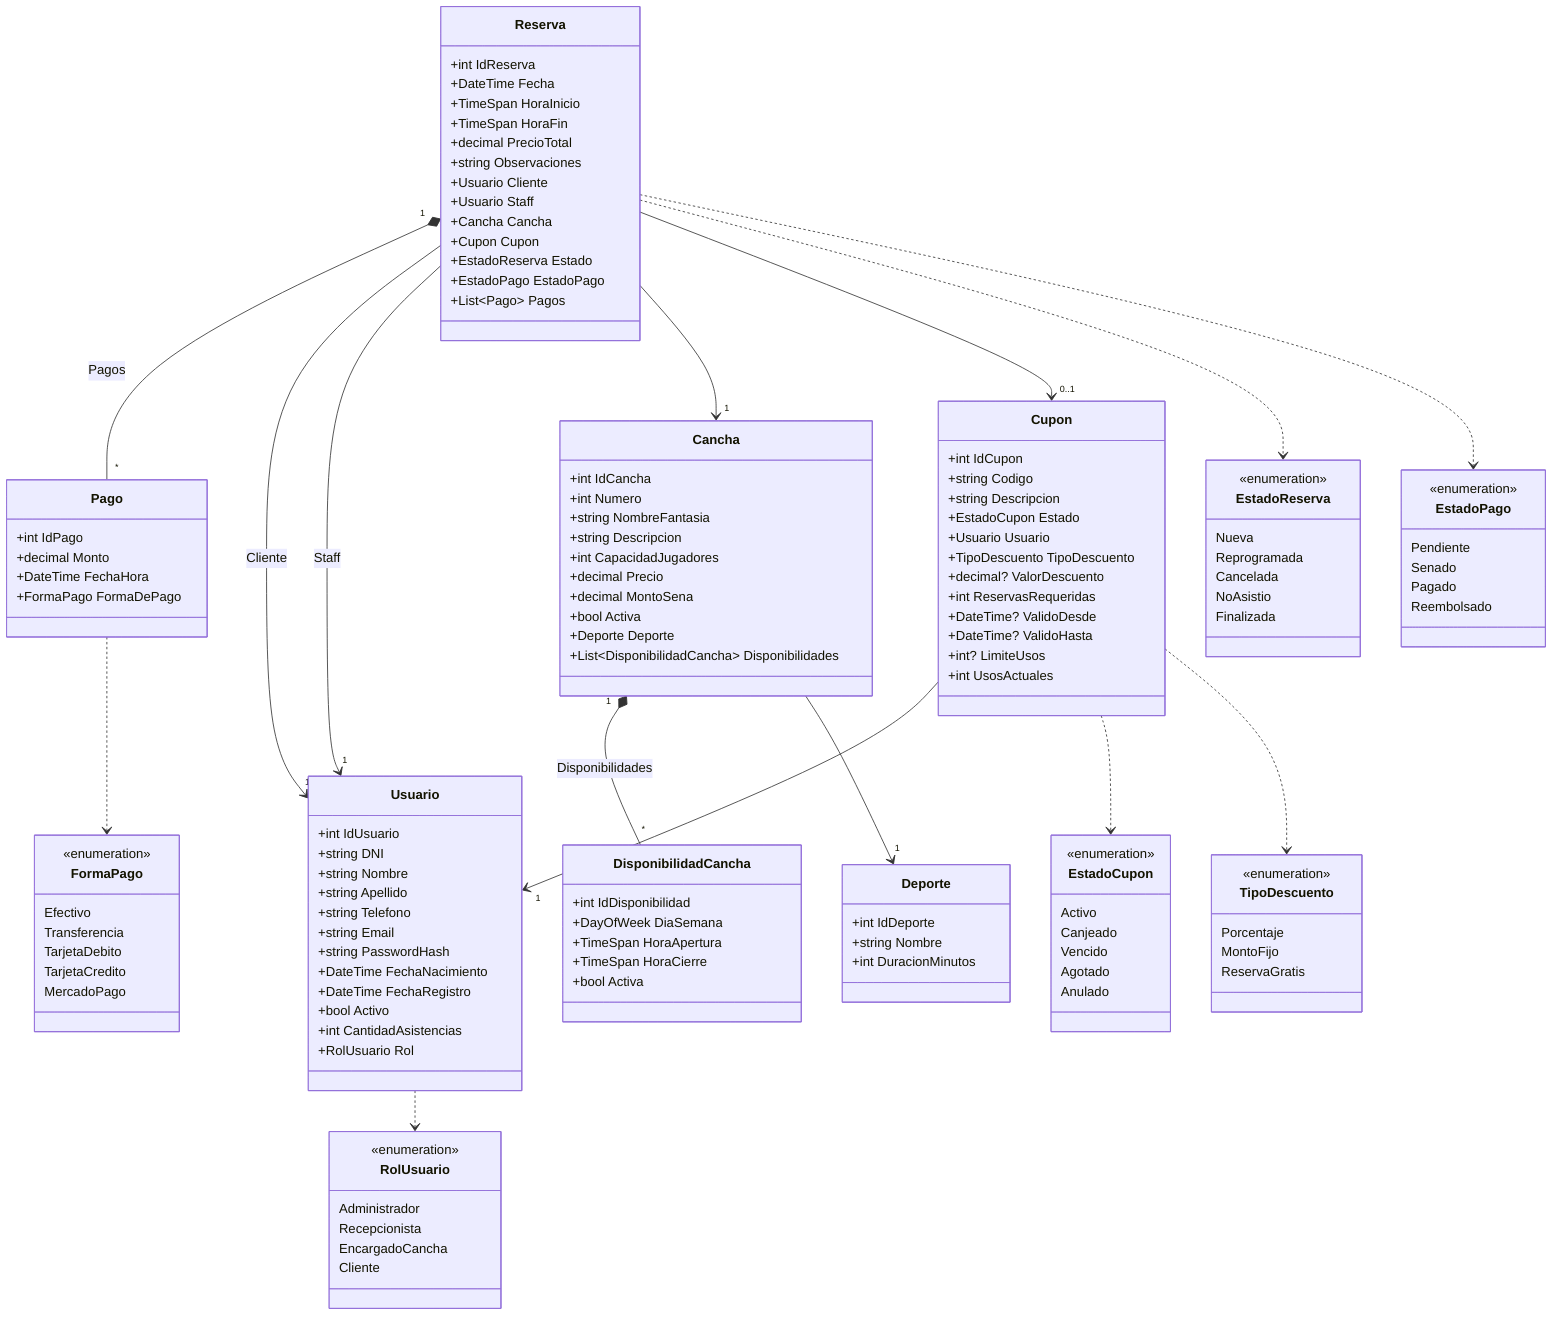
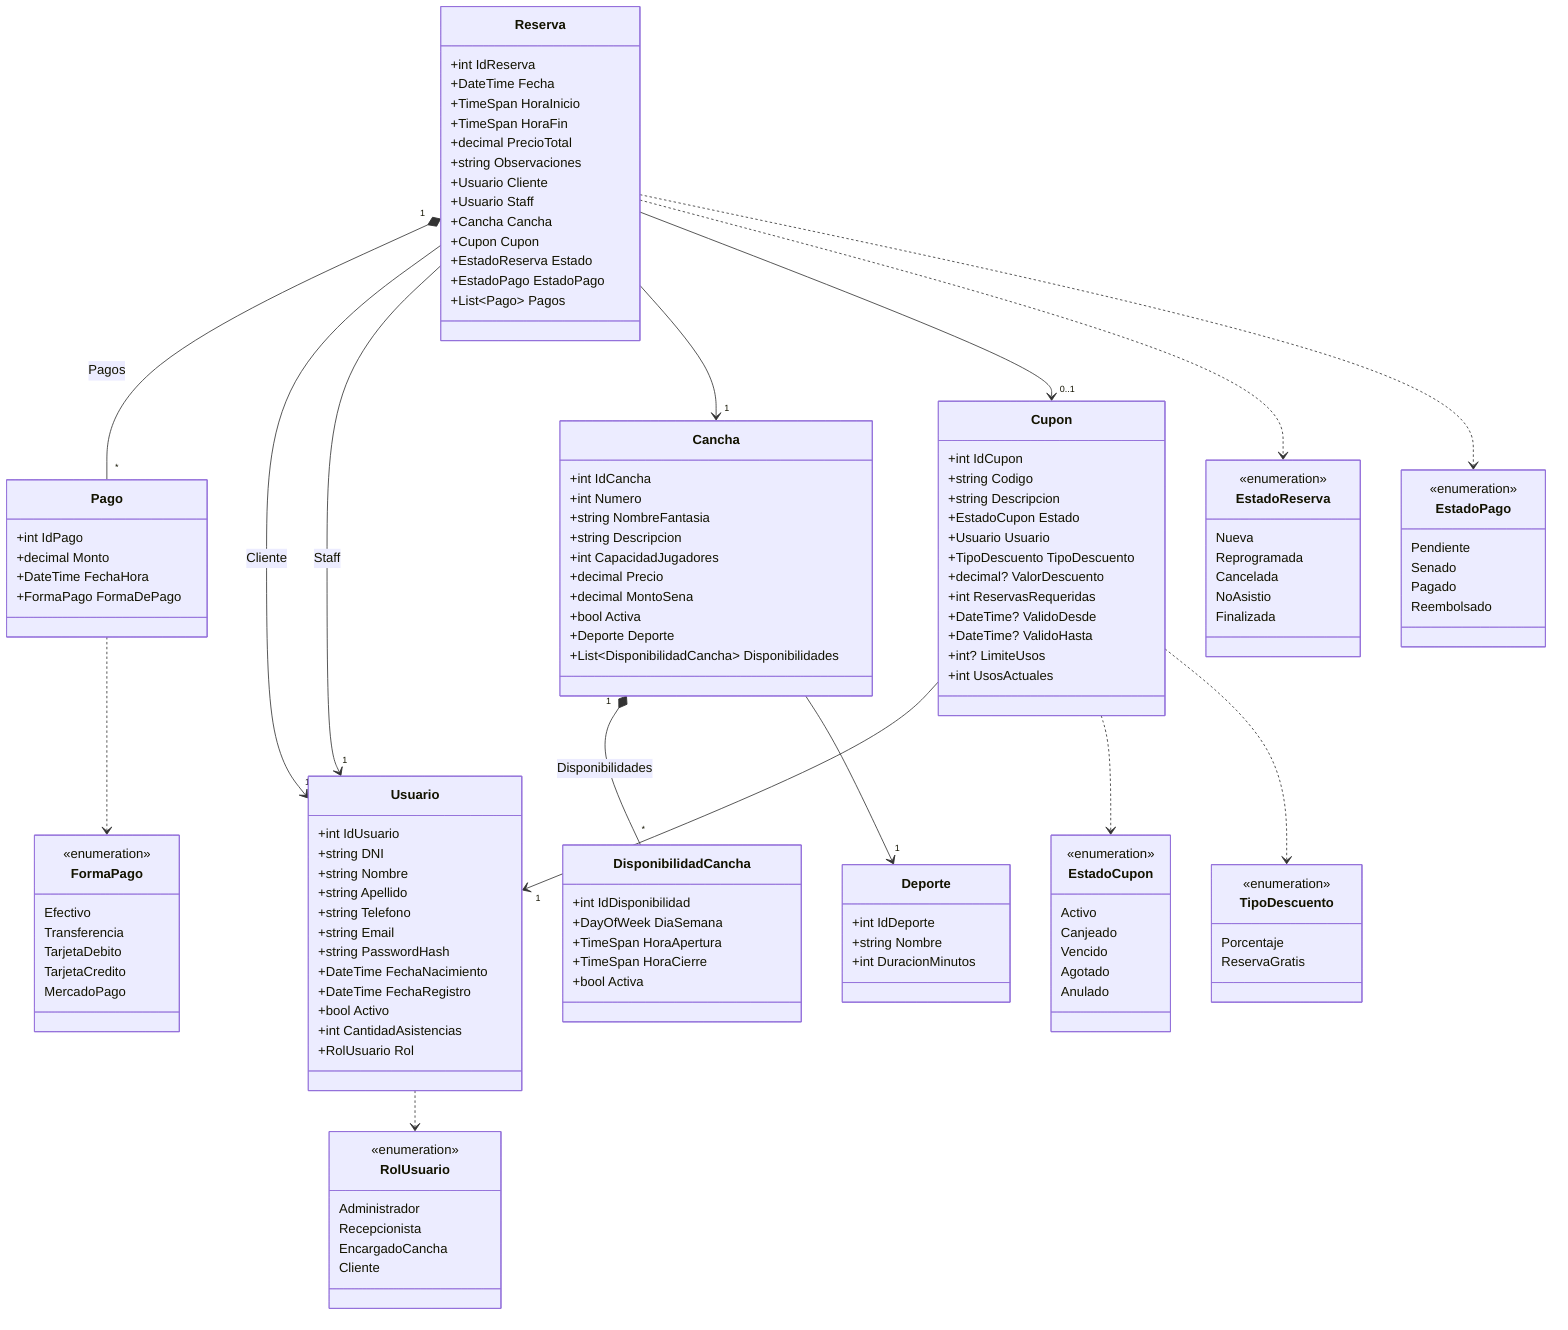
classDiagram
    class Usuario {
        +int IdUsuario
        +string DNI
        +string Nombre
        +string Apellido
        +string Telefono
        +string Email
        +string PasswordHash
        +DateTime FechaNacimiento
        +DateTime FechaRegistro
        +bool Activo
        +int CantidadAsistencias
        +RolUsuario Rol
    }

    class Cancha {
        +int IdCancha
        +int Numero
        +string NombreFantasia
        +string Descripcion
        +int CapacidadJugadores
        +decimal Precio
        +decimal MontoSena
        +bool Activa
        +Deporte Deporte
        +List~DisponibilidadCancha~ Disponibilidades
    }

    class Deporte {
        +int IdDeporte
        +string Nombre
        +int DuracionMinutos
    }

    class DisponibilidadCancha {
        +int IdDisponibilidad
        +DayOfWeek DiaSemana
        +TimeSpan HoraApertura
        +TimeSpan HoraCierre
        +bool Activa
    }

    class Reserva {
        +int IdReserva
        +DateTime Fecha
        +TimeSpan HoraInicio
        +TimeSpan HoraFin
        +decimal PrecioTotal
        +string Observaciones
        +Usuario Cliente
        +Usuario Staff
        +Cancha Cancha
        +Cupon Cupon
        +EstadoReserva Estado
        +EstadoPago EstadoPago
        +List~Pago~ Pagos
    }

    class Cupon {
        +int IdCupon
        +string Codigo
        +string Descripcion
        +EstadoCupon Estado
        +Usuario Usuario
        +TipoDescuento TipoDescuento
        +decimal? ValorDescuento
        +int ReservasRequeridas
        +DateTime? ValidoDesde
        +DateTime? ValidoHasta
        +int? LimiteUsos
        +int UsosActuales
    }

    class Pago {
        +int IdPago
        +decimal Monto
        +DateTime FechaHora
        +FormaPago FormaDePago
    }

    class RolUsuario {
        <<enumeration>>
        Administrador
        Recepcionista
        EncargadoCancha
        Cliente
    }

    class EstadoReserva {
        <<enumeration>>
        Nueva
        Reprogramada
        Cancelada
        NoAsistio
        Finalizada
    }

    class EstadoPago {
        <<enumeration>>
        Pendiente
        Senado
        Pagado
        Reembolsado
    }

    class FormaPago {
        <<enumeration>>
        Efectivo
        Transferencia
        TarjetaDebito
        TarjetaCredito
        MercadoPago
    }

    class TipoDescuento {
        <<enumeration>>
        Porcentaje
-         MontoFijo
        ReservaGratis
    }

    class EstadoCupon {
        <<enumeration>>
        Activo
        Canjeado
        Vencido
        Agotado
        Anulado
    }

    Cancha "1" *-- "*" DisponibilidadCancha : Disponibilidades
    Reserva "1" *-- "*" Pago : Pagos

    Cancha --> "1" Deporte
    Reserva --> "1" Usuario : Cliente
    Reserva --> "1" Usuario : Staff
    Reserva --> "1" Cancha
    Reserva --> "0..1" Cupon
    Cupon --> "1" Usuario

    Usuario ..> RolUsuario
    Reserva ..> EstadoReserva
    Reserva ..> EstadoPago
    Cupon ..> EstadoCupon
    Cupon ..> TipoDescuento
    Pago ..> FormaPago
